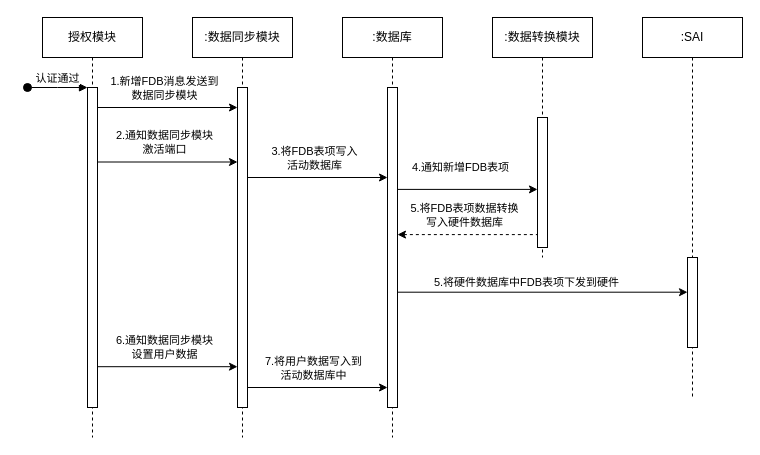
Earlier version of the draw.io diagram 授权时序图.drawio (PATORITU/PATORITU). Source tidied: cells renumbered, new cells numbered last; positions are measured from the earlier drawing's top-left corner, leaving out a move shared by most shapes. Both pictures are drawn from the tidied source at 100%, with x=0, y=0 at pixel (27, 17).
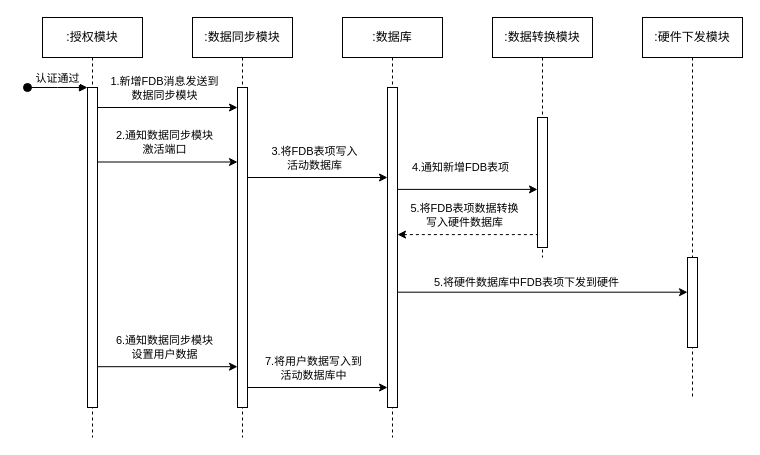
The same page after the edit.

Commit message:
更新授权时序图.drawio

What changed in the source:
```diff
@@
-    <mxCell id="2" value="授权模块" style="shape=umlLifeline;perimeter=lifelinePerimeter;whiteSpace=wrap;html=1;newEdgeStyle={&quot;edgeStyle&quot;:&quot;elbowEdgeStyle&quot;,&quot;elbow&quot;:&quot;vertical&quot;,&quot;curved&quot;:0,&quot;rounded&quot;:0};" parent="1" vertex="1">
+    <mxCell id="2" value=":授权模块" style="shape=umlLifeline;perimeter=lifelinePerimeter;whiteSpace=wrap;html=1;newEdgeStyle={&quot;edgeStyle&quot;:&quot;elbowEdgeStyle&quot;,&quot;elbow&quot;:&quot;vertical&quot;,&quot;curved&quot;:0,&quot;rounded&quot;:0};" parent="1" vertex="1">
       <mxGeometry x="15" width="100" height="420" as="geometry" />
     </mxCell>
@@
-    <mxCell id="11" value=":SAI" style="shape=umlLifeline;perimeter=lifelinePerimeter;whiteSpace=wrap;html=1;newEdgeStyle={&quot;edgeStyle&quot;:&quot;elbowEdgeStyle&quot;,&quot;elbow&quot;:&quot;vertical&quot;,&quot;curved&quot;:0,&quot;rounded&quot;:0};" parent="1" vertex="1">
+    <mxCell id="11" value=":硬件下发模块" style="shape=umlLifeline;perimeter=lifelinePerimeter;whiteSpace=wrap;html=1;newEdgeStyle={&quot;edgeStyle&quot;:&quot;elbowEdgeStyle&quot;,&quot;elbow&quot;:&quot;vertical&quot;,&quot;curved&quot;:0,&quot;rounded&quot;:0};" parent="1" vertex="1">
       <mxGeometry x="615" width="100" height="380" as="geometry" />
     </mxCell>
```
